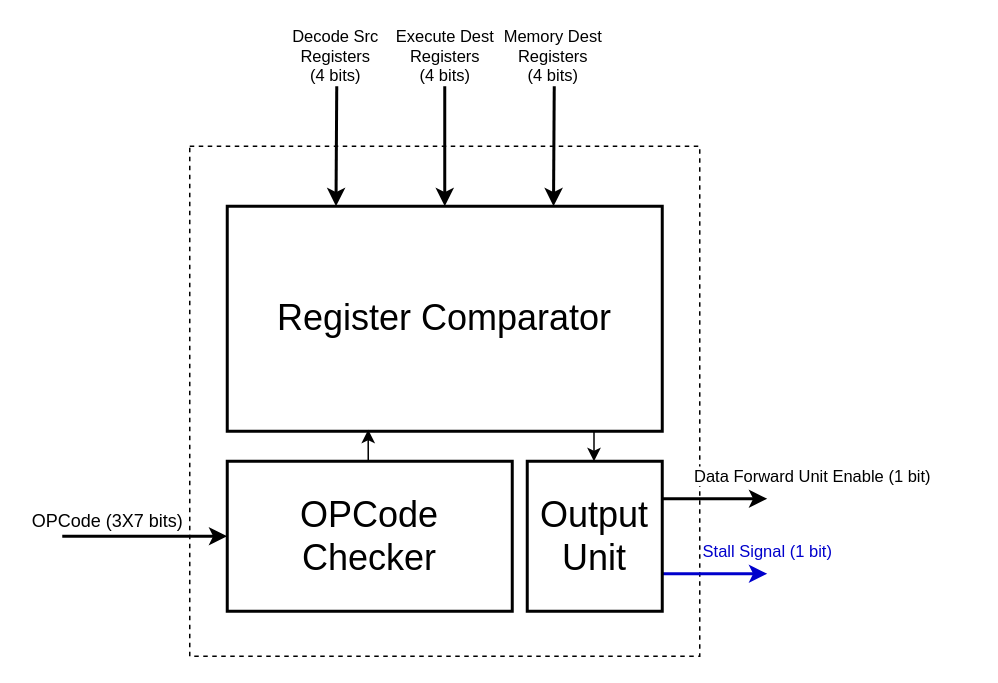
Before: docs/images/hdu.drawio in mido3ds/pipeline-risc-cpu, a draw.io diagram. Source tidied: cells renumbered, new cells numbered last; positions are measured from the earlier drawing's top-left corner, leaving out a move shared by most shapes. Both pictures are drawn from the tidied source at 150%, with x=0, y=0 at pixel (62, 86).
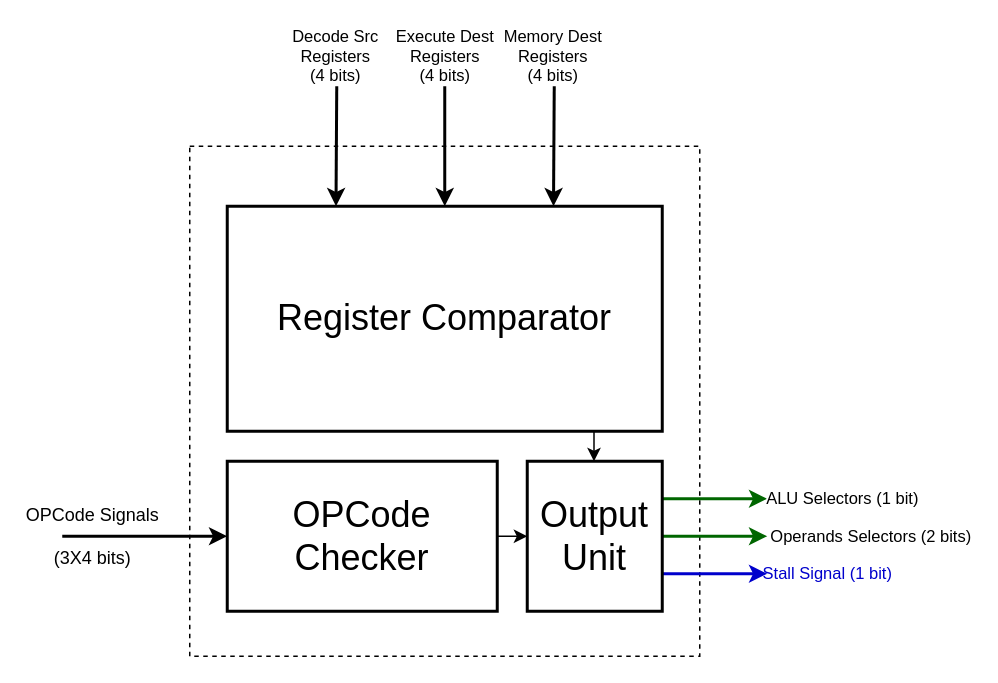
The same diagram, later.

Commit message (it also covers changes not shown here):
edited old diagrams

Unchanged cells that the change refers to:
```xml
<mxCell id="3" value="&lt;font style=&quot;font-size: 24px&quot;&gt;Register Comparator&lt;/font&gt;" style="rounded=0;whiteSpace=wrap;html=1;strokeWidth=2;" parent="1" vertex="1">
  <mxGeometry x="110" y="80" width="290" height="150" as="geometry" />
</mxCell>
<mxCell id="6" value="&lt;font style=&quot;font-size: 24px&quot;&gt;Output Unit&lt;/font&gt;" style="rounded=0;whiteSpace=wrap;html=1;strokeWidth=2;" parent="1" vertex="1">
  <mxGeometry x="310" y="250" width="90" height="100" as="geometry" />
</mxCell>
```

The edit, as a diff of the source:
```diff
@@
-    <mxCell id="4" value="Data Forward Unit Enable (1 bit)" style="edgeStyle=orthogonalEdgeStyle;rounded=0;jettySize=auto;html=1;exitX=1;exitY=0.25;exitDx=0;exitDy=0;strokeWidth=2;" parent="1" edge="1" source="6">
-      <mxGeometry x="1" y="34" relative="1" as="geometry">
+    <mxCell id="4" value="ALU Selectors (1 bit)" style="edgeStyle=orthogonalEdgeStyle;rounded=0;jettySize=auto;html=1;exitX=1;exitY=0.25;exitDx=0;exitDy=0;strokeWidth=2;strokeColor=#006600;" parent="1" edge="1" source="6">
+      <mxGeometry x="1" y="50" relative="1" as="geometry">
         <mxPoint x="470" y="275" as="targetPoint" />
-        <mxPoint x="30" y="19" as="offset" />
+        <mxPoint x="50" y="50" as="offset" />
       </mxGeometry>
     </mxCell>
-    <mxCell id="5" value="&lt;font color=&quot;#0000cc&quot;&gt;Stall Signal (1 bit)&lt;/font&gt;" style="edgeStyle=orthogonalEdgeStyle;rounded=0;jettySize=auto;html=1;exitX=1;exitY=0.75;exitDx=0;exitDy=0;strokeWidth=2;strokeColor=#0000CC;" parent="1" edge="1" source="6">
-      <mxGeometry x="1" y="15" relative="1" as="geometry">
+    <mxCell id="5" value="&lt;font color=&quot;#0000cc&quot;&gt;Stall Signal (1 bit)&lt;/font&gt;" style="edgeStyle=orthogonalEdgeStyle;rounded=0;jettySize=auto;html=1;exitX=1;exitY=0.75;exitDx=0;exitDy=0;strokeWidth=2;strokeColor=#0000CC;labelBackgroundColor=none;" parent="1" edge="1" source="6">
+      <mxGeometry x="1" y="40" relative="1" as="geometry">
         <mxPoint x="470" y="325" as="targetPoint" />
+        <mxPoint x="40" y="40" as="offset" />
       </mxGeometry>
     </mxCell>
+    <mxCell id="14" value="Operands Selectors (2 bits)" style="edgeStyle=orthogonalEdgeStyle;rounded=0;jettySize=auto;html=1;exitX=1;exitY=0.5;exitDx=0;exitDy=0;labelBackgroundColor=none;strokeWidth=2;strokeColor=#006600;" parent="1" edge="1" source="6">
+      <mxGeometry x="1" y="70" relative="1" as="geometry">
+        <mxPoint x="470" y="300" as="targetPoint" />
+        <mxPoint x="70" y="70" as="offset" />
+      </mxGeometry>
+    </mxCell>
@@
-    <mxCell id="7" style="edgeStyle=orthogonalEdgeStyle;rounded=0;jettySize=auto;html=1;exitX=0.5;exitY=0;exitDx=0;exitDy=0;entryX=0.324;entryY=0.993;entryDx=0;entryDy=0;entryPerimeter=0;" parent="1" edge="1" source="8" target="3">
-      <mxGeometry relative="1" as="geometry" />
-    </mxCell>
+    <mxCell id="15" style="edgeStyle=orthogonalEdgeStyle;rounded=0;jettySize=auto;html=1;exitX=1;exitY=0.5;exitDx=0;exitDy=0;entryX=0;entryY=0.5;entryDx=0;entryDy=0;" parent="1" edge="1" source="8" target="6">
+      <mxGeometry relative="1" as="geometry" />
+    </mxCell>
     <mxCell id="8" value="&lt;font style=&quot;font-size: 24px&quot;&gt;OPCode Checker&lt;/font&gt;" style="rounded=0;whiteSpace=wrap;html=1;strokeWidth=2;" parent="1" vertex="1">
-      <mxGeometry x="110" y="250" width="190" height="100" as="geometry" />
+      <mxGeometry x="110" y="250" width="180" height="100" as="geometry" />
     </mxCell>
@@
-    <mxCell id="10" value="&lt;font style=&quot;font-size: 12px&quot;&gt;OPCode (3X7 bits)&lt;/font&gt;" style="endArrow=classic;html=1;entryX=0;entryY=0.5;entryDx=0;entryDy=0;strokeWidth=2;" parent="1" edge="1" target="8">
-      <mxGeometry x="-0.45" y="10" relative="1" as="geometry">
+    <mxCell id="10" value="&lt;font style=&quot;font-size: 12px&quot;&gt;OPCode Signals &lt;br&gt;&lt;br&gt;(3X4 bits)&lt;/font&gt;" style="endArrow=classic;html=1;entryX=0;entryY=0.5;entryDx=0;entryDy=0;strokeWidth=2;labelBackgroundColor=none;" parent="1" edge="1" target="8">
+      <mxGeometry x="-0.64" relative="1" as="geometry">
         <mxPoint y="300" as="sourcePoint" />
       </mxGeometry>
     </mxCell>
```
